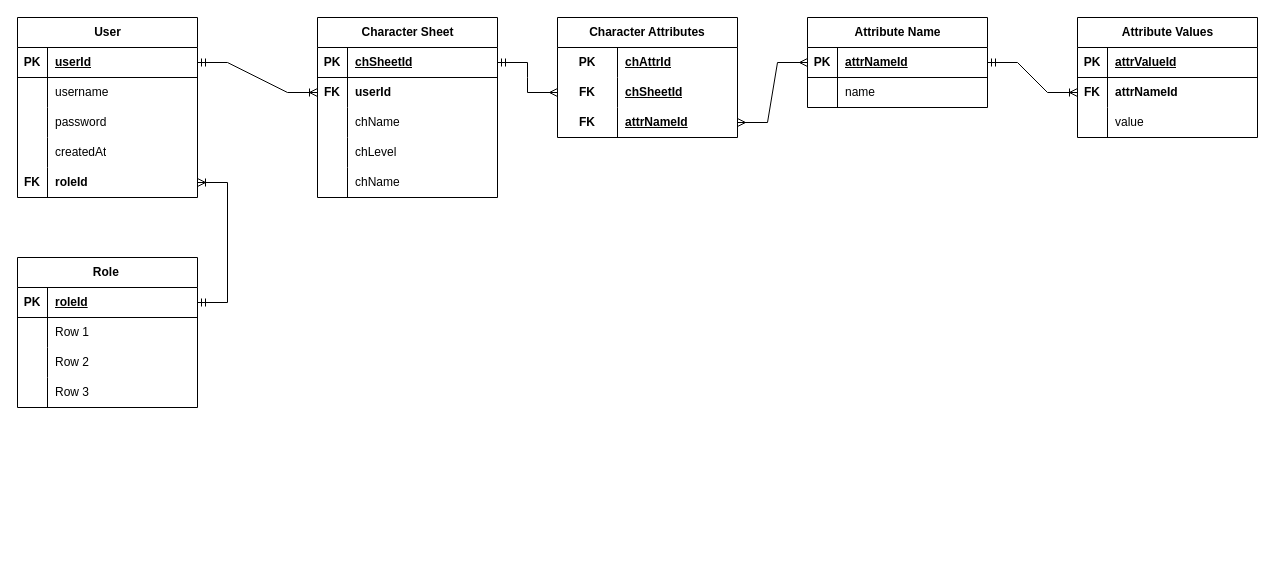
This is db-diagram.drawio from decioneto/rpg-ghanor-dashboard, a draw.io file, before an edit. Source tidied: cells renumbered, new cells numbered last; positions are measured from the earlier drawing's top-left corner, leaving out a move shared by most shapes. Both pictures are drawn from the tidied source at 100%, with x=0, y=0 at pixel (17, 17).
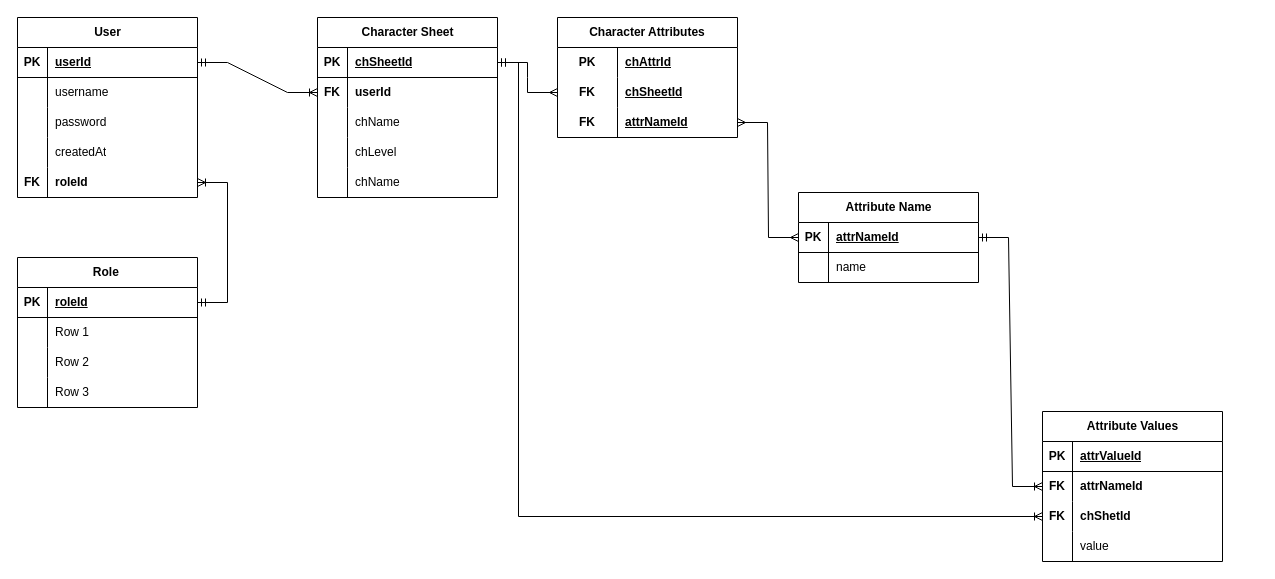
After the change.

Unchanged cells that the change refers to:
```xml
<mxCell id="32" style="shape=tableRow;horizontal=0;startSize=0;swimlaneHead=0;swimlaneBody=0;fillColor=none;points=[[0,0.5],[1,0.5]];portConstraint=eastwest;top=0;left=0;right=0;bottom=1;" parent="31" vertex="1">
  <mxGeometry y="30" width="180" height="30" as="geometry" />
</mxCell>
```

Diff of the diagram source:
```diff
@@
     <mxCell id="57" value="Attribute Name" style="shape=table;startSize=30;childLayout=tableLayout;rowLines=0;fontStyle=1;align=center;html=1;" parent="1" vertex="1">
-      <mxGeometry x="790" width="180" height="90" as="geometry" />
+      <mxGeometry x="781" y="175" width="180" height="90" as="geometry" />
     </mxCell>
@@
     <mxCell id="64" value="Attribute Values" style="shape=table;startSize=30;childLayout=tableLayout;rowLines=0;fontStyle=1;align=center;html=1;" parent="1" vertex="1">
-      <mxGeometry x="1060" width="180" height="120" as="geometry" />
+      <mxGeometry x="1025" y="394" width="180" height="150" as="geometry" />
     </mxCell>
@@
+    <mxCell id="79" style="shape=tableRow;horizontal=0;startSize=0;swimlaneHead=0;swimlaneBody=0;fillColor=none;points=[[0,0.5],[1,0.5]];portConstraint=eastwest;top=0;left=0;right=0;bottom=0;fontStyle=1;" parent="64" vertex="1">
+      <mxGeometry y="90" width="180" height="30" as="geometry" />
+    </mxCell>
+    <mxCell id="80" value="FK" style="shape=partialRectangle;fillColor=none;top=0;left=0;bottom=0;right=0;overflow=hidden;whiteSpace=wrap;html=1;fontStyle=1;" parent="79" vertex="1">
+      <mxGeometry width="30" height="30" as="geometry" />
+    </mxCell>
+    <mxCell id="81" value="chShetId" style="shape=partialRectangle;fillColor=none;top=0;left=0;bottom=0;right=0;align=left;spacingLeft=6;overflow=hidden;whiteSpace=wrap;html=1;fontStyle=1;" parent="79" vertex="1">
+      <mxGeometry x="30" width="150" height="30" as="geometry" />
+    </mxCell>
     <mxCell id="71" style="shape=tableRow;horizontal=0;startSize=0;swimlaneHead=0;swimlaneBody=0;fillColor=none;top=0;left=0;right=0;bottom=0;" parent="64" vertex="1">
-      <mxGeometry y="90" width="180" height="30" as="geometry" />
+      <mxGeometry y="120" width="180" height="30" as="geometry" />
     </mxCell>
@@
+    <mxCell id="82" style="edgeStyle=orthogonalEdgeStyle;fontSize=12;html=1;endArrow=ERoneToMany;rounded=0;exitX=1;exitY=0.5;exitDx=0;exitDy=0;endFill=0;startArrow=ERmandOne;startFill=0;entryX=0;entryY=0.5;entryDx=0;entryDy=0;" parent="1" edge="1" source="32" target="79">
+      <mxGeometry relative="1" as="geometry">
+        <Array as="points">
+          <mxPoint x="501" y="45" />
+          <mxPoint x="501" y="499" />
+        </Array>
+      </mxGeometry>
+    </mxCell>
```
